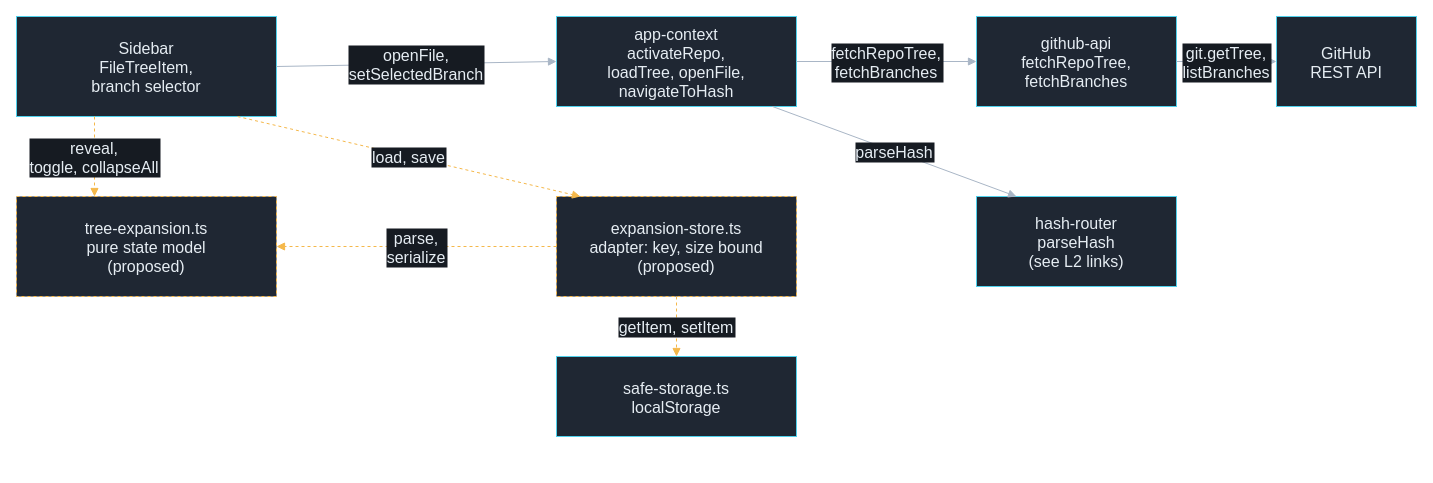
mardoc-app/mardoc-app.github.io keeps this draw.io diagram as docs/assets/diagrams/l2-repo-browsing.drawio. Above is the earlier version. Source tidied: cells renumbered, new cells numbered last; positions are measured from the earlier drawing's top-left corner, leaving out a move shared by most shapes. Both pictures are drawn from the tidied source at 100%, with x=0, y=0 at pixel (16, 16).
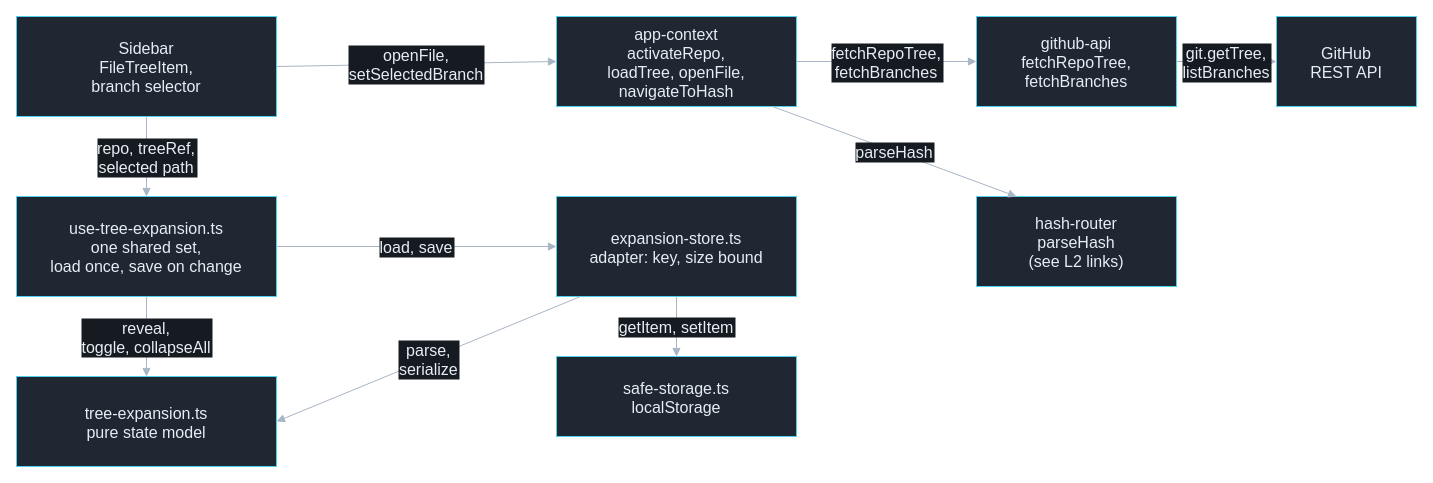
The same page after the edit.

Commit message (it also covers changes not shown here):
L2 repo browsing: add the hook to the diagram and cards, mark built parts, add treeRef (WP11R-6)

What changed in the source:
```diff
@@
 <mxGraphModel>
   <root>
     <mxCell id="0" />
     <mxCell id="1" parent="0" />
     <mxCell id="2" value="Sidebar&#10;FileTreeItem,&#10;branch selector" style="rounded=0;html=0;fillColor=#1f2733;fontColor=#e6edf3;fontSize=16;strokeColor=#4fd1ec;" parent="1" vertex="1">
       <mxGeometry width="260" height="100" as="geometry" />
     </mxCell>
     <mxCell id="3" value="app-context&#10;activateRepo,&#10;loadTree, openFile,&#10;navigateToHash" style="rounded=0;html=0;fillColor=#1f2733;fontColor=#e6edf3;fontSize=16;strokeColor=#4fd1ec;" parent="1" vertex="1">
       <mxGeometry x="540" width="240" height="90" as="geometry" />
     </mxCell>
     <mxCell id="4" value="github-api&#10;fetchRepoTree,&#10;fetchBranches" style="rounded=0;html=0;fillColor=#1f2733;fontColor=#e6edf3;fontSize=16;strokeColor=#4fd1ec;" parent="1" vertex="1">
       <mxGeometry x="960" width="200" height="90" as="geometry" />
     </mxCell>
     <mxCell id="5" value="GitHub&#10;REST API" style="rounded=0;html=0;fillColor=#1f2733;fontColor=#e6edf3;fontSize=16;strokeColor=#4fd1ec;" parent="1" vertex="1">
       <mxGeometry x="1260" width="140" height="90" as="geometry" />
     </mxCell>
-    <mxCell id="6" value="tree-expansion.ts&#10;pure state model&#10;(proposed)" style="rounded=0;html=0;fillColor=#1f2733;fontColor=#e6edf3;fontSize=16;strokeColor=#f5b84a;dashed=1;" parent="1" vertex="1">
-      <mxGeometry y="180" width="260" height="100" as="geometry" />
+    <mxCell id="6" value="tree-expansion.ts&#10;pure state model" style="rounded=0;html=0;fillColor=#1f2733;fontColor=#e6edf3;fontSize=16;strokeColor=#4fd1ec;" parent="1" vertex="1">
+      <mxGeometry y="360" width="260" height="90" as="geometry" />
     </mxCell>
-    <mxCell id="7" value="expansion-store.ts&#10;adapter: key, size bound&#10;(proposed)" style="rounded=0;html=0;fillColor=#1f2733;fontColor=#e6edf3;fontSize=16;strokeColor=#f5b84a;dashed=1;" parent="1" vertex="1">
+    <mxCell id="7" value="expansion-store.ts&#10;adapter: key, size bound" style="rounded=0;html=0;fillColor=#1f2733;fontColor=#e6edf3;fontSize=16;strokeColor=#4fd1ec;" parent="1" vertex="1">
       <mxGeometry x="540" y="180" width="240" height="100" as="geometry" />
     </mxCell>
+    <mxCell id="18" value="use-tree-expansion.ts&#10;one shared set,&#10;load once, save on change" style="rounded=0;html=0;fillColor=#1f2733;fontColor=#e6edf3;fontSize=16;strokeColor=#4fd1ec;" parent="1" vertex="1">
+      <mxGeometry y="180" width="260" height="100" as="geometry" />
+    </mxCell>
     <mxCell id="8" value="hash-router&#10;parseHash&#10;(see L2 links)" style="rounded=0;html=0;fillColor=#1f2733;fontColor=#e6edf3;fontSize=16;strokeColor=#4fd1ec;" parent="1" vertex="1">
       <mxGeometry x="960" y="180" width="200" height="90" as="geometry" />
     </mxCell>
     <mxCell id="9" value="safe-storage.ts&#10;localStorage" style="rounded=0;html=0;fillColor=#1f2733;fontColor=#e6edf3;fontSize=16;strokeColor=#4fd1ec;" parent="1" vertex="1">
       <mxGeometry x="540" y="340" width="240" height="80" as="geometry" />
     </mxCell>
     <mxCell id="10" value="openFile,&#10;setSelectedBranch" style="html=0;strokeColor=#a9b6c6;fontColor=#e6edf3;labelBackgroundColor=#161b22;endArrow=block;endFill=1;fontSize=16;exitX=1;exitY=0.5;entryX=0;entryY=0.5;" parent="1" edge="1" source="2" target="3">
       <mxGeometry relative="1" as="geometry" />
     </mxCell>
     <mxCell id="11" value="fetchRepoTree,&#10;fetchBranches" style="html=0;strokeColor=#a9b6c6;fontColor=#e6edf3;labelBackgroundColor=#161b22;endArrow=block;endFill=1;fontSize=16;exitX=1;exitY=0.5;entryX=0;entryY=0.5;" parent="1" edge="1" source="3" target="4">
       <mxGeometry relative="1" as="geometry" />
     </mxCell>
     <mxCell id="12" value="git.getTree,&#10;listBranches" style="html=0;strokeColor=#a9b6c6;fontColor=#e6edf3;labelBackgroundColor=#161b22;endArrow=block;endFill=1;fontSize=16;exitX=1;exitY=0.5;entryX=0;entryY=0.5;" parent="1" edge="1" source="4" target="5">
       <mxGeometry relative="1" as="geometry" />
     </mxCell>
+    <mxCell id="17" value="parseHash" style="html=0;strokeColor=#a9b6c6;fontColor=#e6edf3;labelBackgroundColor=#161b22;endArrow=block;endFill=1;fontSize=16;exitX=0.9;exitY=1;entryX=0.2;entryY=0;" parent="1" edge="1" source="3" target="8">
+      <mxGeometry relative="1" as="geometry" />
+    </mxCell>
+    <mxCell id="19" value="repo, treeRef,&#10;selected path" style="html=0;strokeColor=#a9b6c6;fontColor=#e6edf3;labelBackgroundColor=#161b22;endArrow=block;endFill=1;fontSize=16;exitX=0.5;exitY=1;entryX=0.5;entryY=0;" parent="1" edge="1" source="2" target="18">
+      <mxGeometry relative="1" as="geometry" />
+    </mxCell>
-    <mxCell id="13" value="reveal,&#10;toggle, collapseAll" style="html=0;strokeColor=#f5b84a;fontColor=#e6edf3;labelBackgroundColor=#161b22;endArrow=block;endFill=1;dashed=1;fontSize=16;exitX=0.3;exitY=1;entryX=0.3;entryY=0;" parent="1" edge="1" source="2" target="6">
+    <mxCell id="13" value="reveal,&#10;toggle, collapseAll" style="html=0;strokeColor=#a9b6c6;fontColor=#e6edf3;labelBackgroundColor=#161b22;endArrow=block;endFill=1;fontSize=16;exitX=0.5;exitY=1;entryX=0.5;entryY=0;" parent="1" edge="1" source="18" target="6">
       <mxGeometry relative="1" as="geometry" />
     </mxCell>
-    <mxCell id="14" value="load, save" style="html=0;strokeColor=#f5b84a;fontColor=#e6edf3;labelBackgroundColor=#161b22;endArrow=block;endFill=1;dashed=1;fontSize=16;exitX=0.85;exitY=1;entryX=0.1;entryY=0;" parent="1" edge="1" source="2" target="7">
+    <mxCell id="14" value="load, save" style="html=0;strokeColor=#a9b6c6;fontColor=#e6edf3;labelBackgroundColor=#161b22;endArrow=block;endFill=1;fontSize=16;exitX=1;exitY=0.5;entryX=0;entryY=0.5;" parent="1" edge="1" source="18" target="7">
       <mxGeometry relative="1" as="geometry" />
     </mxCell>
-    <mxCell id="15" value="parse,&#10;serialize" style="html=0;strokeColor=#f5b84a;fontColor=#e6edf3;labelBackgroundColor=#161b22;endArrow=block;endFill=1;dashed=1;fontSize=16;exitX=0;exitY=0.5;entryX=1;entryY=0.5;" parent="1" edge="1" source="7" target="6">
+    <mxCell id="15" value="parse,&#10;serialize" style="html=0;strokeColor=#a9b6c6;fontColor=#e6edf3;labelBackgroundColor=#161b22;endArrow=block;endFill=1;fontSize=16;exitX=0.1;exitY=1;entryX=1;entryY=0.5;" parent="1" edge="1" source="7" target="6">
       <mxGeometry relative="1" as="geometry" />
     </mxCell>
-    <mxCell id="16" value="getItem, setItem" style="html=0;strokeColor=#f5b84a;fontColor=#e6edf3;labelBackgroundColor=#161b22;endArrow=block;endFill=1;dashed=1;fontSize=16;exitX=0.5;exitY=1;entryX=0.5;entryY=0;" parent="1" edge="1" source="7" target="9">
+    <mxCell id="16" value="getItem, setItem" style="html=0;strokeColor=#a9b6c6;fontColor=#e6edf3;labelBackgroundColor=#161b22;endArrow=block;endFill=1;fontSize=16;exitX=0.5;exitY=1;entryX=0.5;entryY=0;" parent="1" edge="1" source="7" target="9">
       <mxGeometry relative="1" as="geometry" />
     </mxCell>
-    <mxCell id="17" value="parseHash" style="html=0;strokeColor=#a9b6c6;fontColor=#e6edf3;labelBackgroundColor=#161b22;endArrow=block;endFill=1;fontSize=16;exitX=0.9;exitY=1;entryX=0.2;entryY=0;" parent="1" edge="1" source="3" target="8">
-      <mxGeometry relative="1" as="geometry" />
-    </mxCell>
   </root>
 </mxGraphModel>
```
